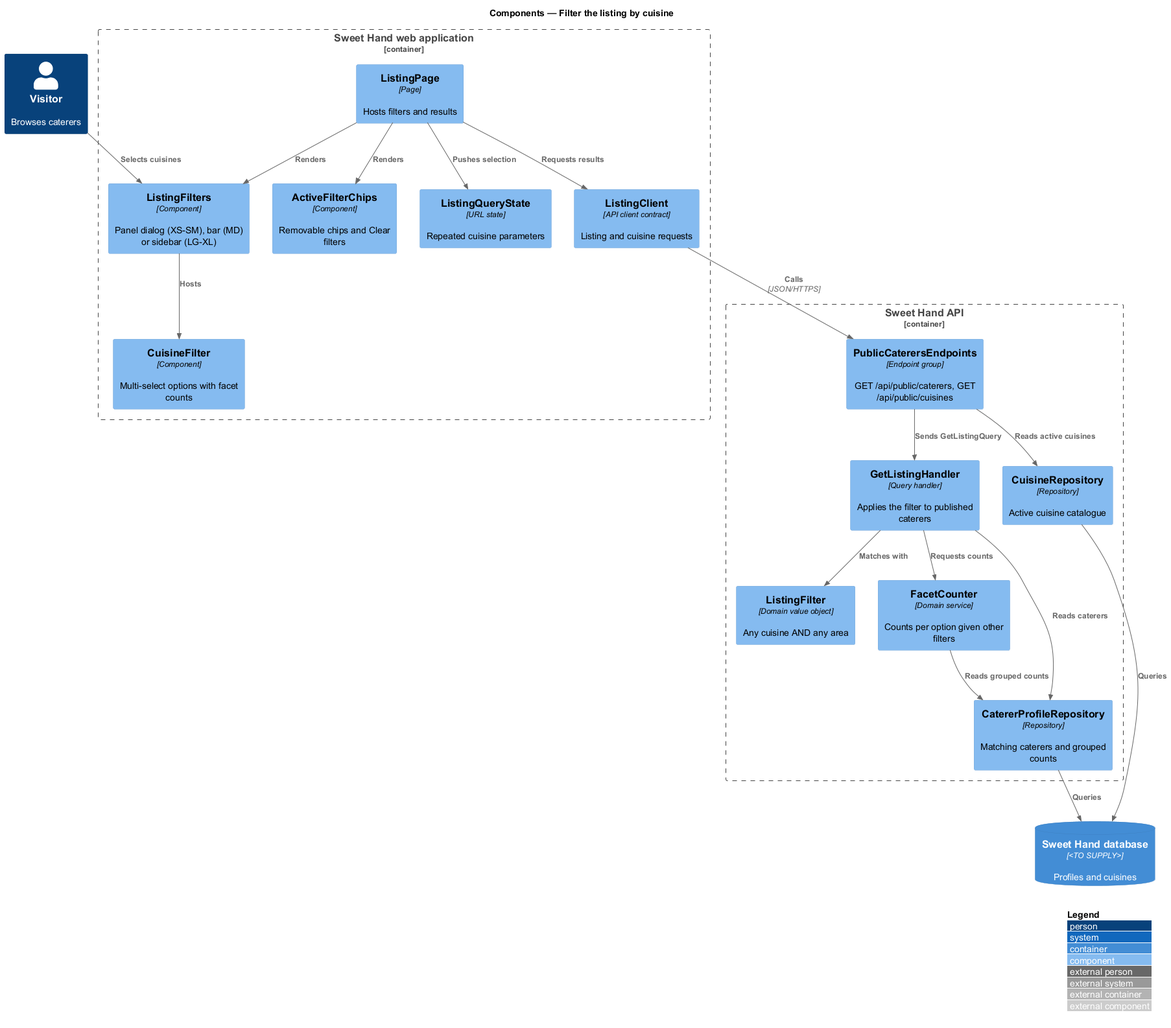
This is docs/detailed-designs/discovery/filter-by-cuisine/diagrams/c4-component.png from QuinntyneBrown/sweet-hand, a PlantUML export, as it was before one commit.
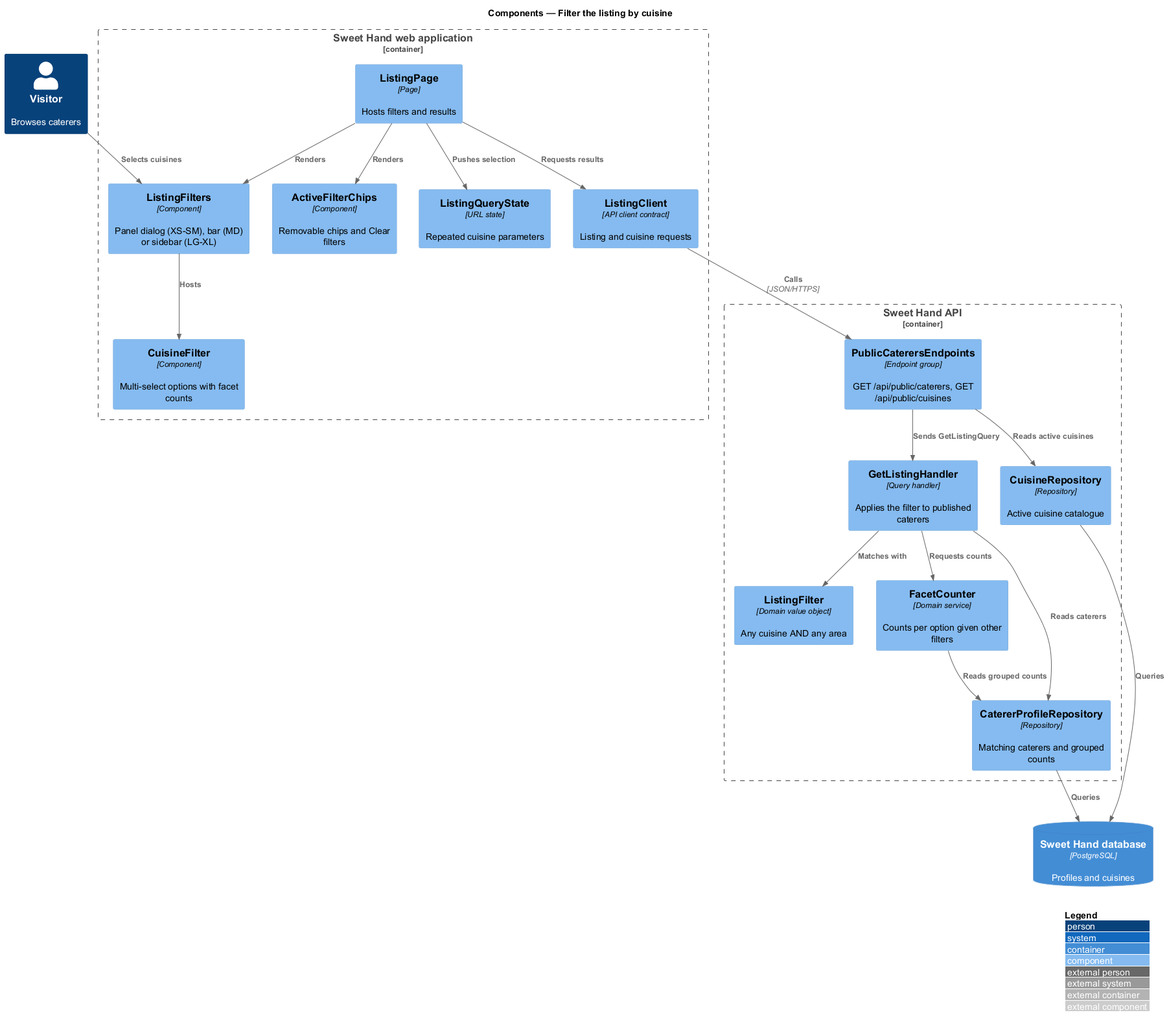
After the change.

Diff of the diagram source:
```diff
@@ -20,7 +20,7 @@
   Component(repo, "CatererProfileRepository", "Repository", "Matching caterers and grouped counts")
   Component(cuisines, "CuisineRepository", "Repository", "Active cuisine catalogue")
 }
-ContainerDb(db, "Sweet Hand database", "<TO SUPPLY>", "Profiles and cuisines")
+ContainerDb(db, "Sweet Hand database", "PostgreSQL", "Profiles and cuisines")
 
 Rel(visitor, filters, "Selects cuisines")
 Rel(page, filters, "Renders")
```
